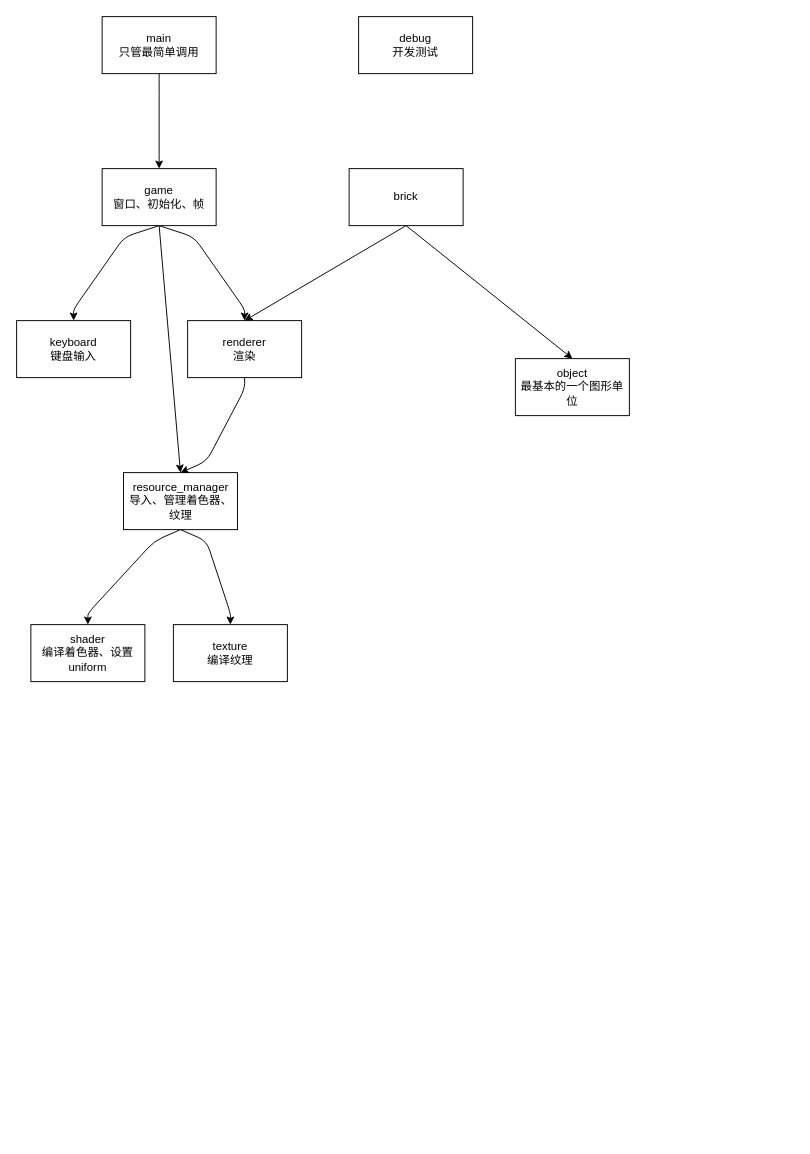
Above: architecture.drawio in HFBYM/breakout_redux (draw.io), before the change. Source tidied: cells renumbered, new cells numbered last; positions are measured from the earlier drawing's top-left corner, leaving out a move shared by most shapes. Both pictures are drawn from the tidied source at 95%, with x=0, y=0 at pixel (16, 16).
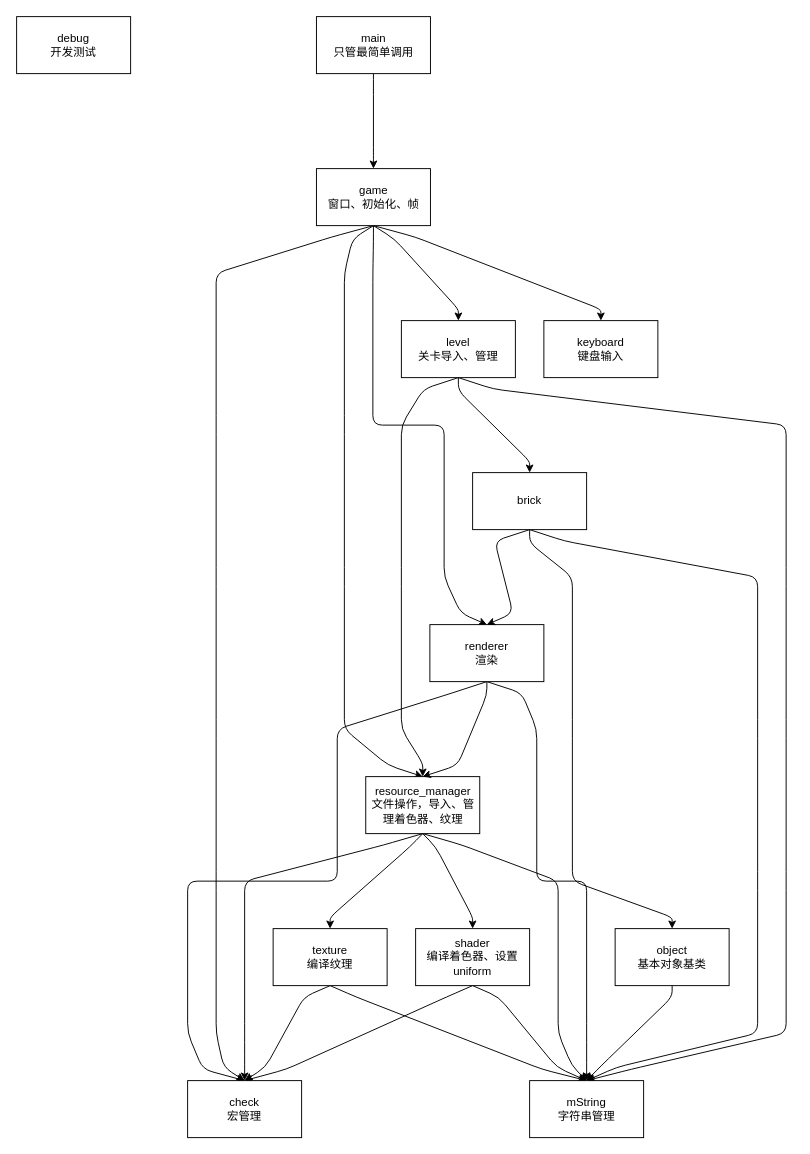
Above is the later version.

What changed in the source:
```diff
@@
     <mxCell id="2" style="edgeStyle=none;html=1;noEdgeStyle=1;orthogonal=1;" parent="1" edge="1" source="3" target="7">
       <mxGeometry relative="1" as="geometry">
         <Array as="points">
-          <mxPoint x="150" y="72" />
-          <mxPoint x="150" y="148" />
+          <mxPoint x="375.6" y="72" />
+          <mxPoint x="375.6" y="148" />
         </Array>
       </mxGeometry>
     </mxCell>
     <mxCell id="3" value="main&lt;br&gt;只管最简单调用" style="rounded=0;whiteSpace=wrap;html=1;" parent="1" vertex="1">
-      <mxGeometry x="90" width="120" height="60" as="geometry" />
+      <mxGeometry x="315.6" width="120" height="60" as="geometry" />
     </mxCell>
     <mxCell id="4" style="edgeStyle=none;html=1;exitX=0.5;exitY=1;exitDx=0;exitDy=0;entryX=0.5;entryY=0;entryDx=0;entryDy=0;noEdgeStyle=1;orthogonal=1;" parent="1" edge="1" source="7" target="9">
       <mxGeometry relative="1" as="geometry">
         <Array as="points">
-          <mxPoint x="113.3" y="232" />
-          <mxPoint x="60" y="308" />
+          <mxPoint x="419.6" y="232" />
+          <mxPoint x="615" y="308" />
         </Array>
       </mxGeometry>
     </mxCell>
     <mxCell id="5" style="edgeStyle=none;html=1;exitX=0.5;exitY=1;exitDx=0;exitDy=0;entryX=0.5;entryY=0;entryDx=0;entryDy=0;noEdgeStyle=1;orthogonal=1;" parent="1" edge="1" source="7" target="17">
       <mxGeometry relative="1" as="geometry">
         <Array as="points">
-          <mxPoint x="186.7" y="232" />
-          <mxPoint x="240" y="308" />
+          <mxPoint x="375.6" y="236" />
+          <mxPoint x="375" y="270" />
+          <mxPoint x="375" y="430" />
+          <mxPoint x="450" y="430" />
+          <mxPoint x="450" y="590" />
+          <mxPoint x="467.5" y="628" />
         </Array>
       </mxGeometry>
     </mxCell>
-    <mxCell id="6" style="edgeStyle=none;html=1;exitX=0.5;exitY=1;exitDx=0;exitDy=0;entryX=0.5;entryY=0;entryDx=0;entryDy=0;" parent="1" edge="1" source="7" target="12">
-      <mxGeometry relative="1" as="geometry" />
+    <mxCell id="6" style="edgeStyle=none;html=1;exitX=0.5;exitY=1;exitDx=0;exitDy=0;entryX=0.5;entryY=0;entryDx=0;entryDy=0;noEdgeStyle=1;orthogonal=1;" parent="1" edge="1" source="7" target="12">
+      <mxGeometry relative="1" as="geometry">
+        <Array as="points">
+          <mxPoint x="353.6" y="234" />
+          <mxPoint x="345" y="270" />
+          <mxPoint x="345" y="430" />
+          <mxPoint x="345" y="430" />
+          <mxPoint x="345" y="590" />
+          <mxPoint x="345" y="590" />
+          <mxPoint x="345" y="750" />
+          <mxPoint x="390.8" y="788" />
+        </Array>
+      </mxGeometry>
     </mxCell>
+    <mxCell id="21" style="edgeStyle=none;html=1;exitX=0.5;exitY=1;exitDx=0;exitDy=0;entryX=0.5;entryY=0;entryDx=0;entryDy=0;noEdgeStyle=1;orthogonal=1;" parent="1" edge="1" source="7" target="38">
+      <mxGeometry relative="1" as="geometry">
+        <Array as="points">
+          <mxPoint x="331.6" y="232" />
+          <mxPoint x="210" y="270" />
+          <mxPoint x="210" y="430" />
+          <mxPoint x="210" y="430" />
+          <mxPoint x="210" y="590" />
+          <mxPoint x="210" y="590" />
+          <mxPoint x="210" y="750" />
+          <mxPoint x="210" y="750" />
+          <mxPoint x="210" y="910" />
+          <mxPoint x="210" y="910" />
+          <mxPoint x="210" y="1070" />
+          <mxPoint x="218" y="1106" />
+        </Array>
+      </mxGeometry>
+    </mxCell>
+    <mxCell id="22" style="edgeStyle=none;html=1;exitX=0.5;exitY=1;exitDx=0;exitDy=0;entryX=0.5;entryY=0;entryDx=0;entryDy=0;noEdgeStyle=1;orthogonal=1;" parent="1" edge="1" source="7" target="36">
+      <mxGeometry relative="1" as="geometry">
+        <Array as="points">
+          <mxPoint x="397.6" y="234" />
+          <mxPoint x="465" y="308" />
+        </Array>
+      </mxGeometry>
+    </mxCell>
     <mxCell id="7" value="game&lt;br&gt;窗口、初始化、帧" style="rounded=0;whiteSpace=wrap;html=1;" parent="1" vertex="1">
-      <mxGeometry x="90" y="160" width="120" height="60" as="geometry" />
+      <mxGeometry x="315.6" y="160" width="120" height="60" as="geometry" />
     </mxCell>
     <mxCell id="8" value="debug&lt;br&gt;开发测试" style="rounded=0;whiteSpace=wrap;html=1;" parent="1" vertex="1">
-      <mxGeometry x="360" width="120" height="60" as="geometry" />
+      <mxGeometry width="120" height="60" as="geometry" />
     </mxCell>
     <mxCell id="9" value="keyboard&lt;br&gt;键盘输入" style="rounded=0;whiteSpace=wrap;html=1;" parent="1" vertex="1">
-      <mxGeometry y="320" width="120" height="60" as="geometry" />
+      <mxGeometry x="555" y="320" width="120" height="60" as="geometry" />
     </mxCell>
     <mxCell id="10" style="edgeStyle=none;html=1;exitX=0.5;exitY=1;exitDx=0;exitDy=0;entryX=0.5;entryY=0;entryDx=0;entryDy=0;noEdgeStyle=1;orthogonal=1;" parent="1" edge="1" source="12" target="13">
       <mxGeometry relative="1" as="geometry">
         <Array as="points">
-          <mxPoint x="145" y="552" />
-          <mxPoint x="75" y="628" />
+          <mxPoint x="441.2" y="874" />
+          <mxPoint x="480" y="948" />
         </Array>
       </mxGeometry>
     </mxCell>
     <mxCell id="11" style="edgeStyle=none;html=1;exitX=0.5;exitY=1;exitDx=0;exitDy=0;entryX=0.5;entryY=0;entryDx=0;entryDy=0;noEdgeStyle=1;orthogonal=1;" parent="1" edge="1" source="12" target="14">
       <mxGeometry relative="1" as="geometry">
         <Array as="points">
-          <mxPoint x="200" y="552" />
-          <mxPoint x="225" y="628" />
+          <mxPoint x="413.8" y="874" />
+          <mxPoint x="330" y="948" />
         </Array>
       </mxGeometry>
     </mxCell>
+    <mxCell id="23" style="edgeStyle=none;html=1;exitX=0.5;exitY=1;exitDx=0;exitDy=0;entryX=0.5;entryY=0;entryDx=0;entryDy=0;noEdgeStyle=1;orthogonal=1;" parent="1" edge="1" source="12" target="38">
+      <mxGeometry relative="1" as="geometry">
+        <Array as="points">
+          <mxPoint x="386.2" y="872" />
+          <mxPoint x="240" y="910" />
+          <mxPoint x="240" y="1070" />
+          <mxPoint x="240" y="1104" />
+        </Array>
+      </mxGeometry>
+    </mxCell>
+    <mxCell id="24" style="edgeStyle=none;html=1;exitX=0.5;exitY=1;exitDx=0;exitDy=0;entryX=0.5;entryY=0;entryDx=0;entryDy=0;noEdgeStyle=1;orthogonal=1;" parent="1" edge="1" source="12" target="37">
+      <mxGeometry relative="1" as="geometry">
+        <Array as="points">
+          <mxPoint x="468.8" y="872" />
+          <mxPoint x="570" y="910" />
+          <mxPoint x="570" y="1070" />
+          <mxPoint x="584.3" y="1104" />
+        </Array>
+      </mxGeometry>
+    </mxCell>
-    <mxCell id="12" value="resource_manager&lt;br&gt;导入、管理着色器、纹理" style="rounded=0;whiteSpace=wrap;html=1;" parent="1" vertex="1">
-      <mxGeometry x="112.5" y="480" width="120" height="60" as="geometry" />
+    <mxCell id="12" value="resource_manager&lt;br&gt;文件操作，导入、管理着色器、纹理" style="rounded=0;whiteSpace=wrap;html=1;" parent="1" vertex="1">
+      <mxGeometry x="367.5" y="800" width="120" height="60" as="geometry" />
     </mxCell>
+    <mxCell id="25" style="edgeStyle=none;html=1;exitX=0.5;exitY=1;exitDx=0;exitDy=0;entryX=0.5;entryY=0;entryDx=0;entryDy=0;noEdgeStyle=1;orthogonal=1;" parent="1" edge="1" source="13" target="38">
+      <mxGeometry relative="1" as="geometry">
+        <Array as="points">
+          <mxPoint x="452.5" y="1032" />
+          <mxPoint x="284" y="1108" />
+        </Array>
+      </mxGeometry>
+    </mxCell>
+    <mxCell id="26" style="edgeStyle=none;html=1;exitX=0.5;exitY=1;exitDx=0;exitDy=0;entryX=0.5;entryY=0;entryDx=0;entryDy=0;noEdgeStyle=1;orthogonal=1;" parent="1" edge="1" source="13" target="37">
+      <mxGeometry relative="1" as="geometry">
+        <Array as="points">
+          <mxPoint x="507.5" y="1032" />
+          <mxPoint x="568.6" y="1106" />
+        </Array>
+      </mxGeometry>
+    </mxCell>
     <mxCell id="13" value="shader&lt;br&gt;编译着色器、设置uniform" style="rounded=0;whiteSpace=wrap;html=1;" parent="1" vertex="1">
-      <mxGeometry x="15" y="640" width="120" height="60" as="geometry" />
+      <mxGeometry x="420" y="960" width="120" height="60" as="geometry" />
     </mxCell>
+    <mxCell id="27" style="edgeStyle=none;html=1;exitX=0.5;exitY=1;exitDx=0;exitDy=0;entryX=0.5;entryY=0;entryDx=0;entryDy=0;noEdgeStyle=1;orthogonal=1;" parent="1" edge="1" source="14" target="38">
+      <mxGeometry relative="1" as="geometry">
+        <Array as="points">
+          <mxPoint x="302.5" y="1032" />
+          <mxPoint x="262" y="1106" />
+        </Array>
+      </mxGeometry>
+    </mxCell>
+    <mxCell id="28" style="edgeStyle=none;html=1;exitX=0.5;exitY=1;exitDx=0;exitDy=0;entryX=0.5;entryY=0;entryDx=0;entryDy=0;noEdgeStyle=1;orthogonal=1;" parent="1" edge="1" source="14" target="37">
+      <mxGeometry relative="1" as="geometry">
+        <Array as="points">
+          <mxPoint x="357.5" y="1032" />
+          <mxPoint x="552.9" y="1108" />
+        </Array>
+      </mxGeometry>
+    </mxCell>
     <mxCell id="14" value="texture&lt;br&gt;编译纹理" style="rounded=0;whiteSpace=wrap;html=1;" parent="1" vertex="1">
-      <mxGeometry x="165" y="640" width="120" height="60" as="geometry" />
+      <mxGeometry x="270" y="960" width="120" height="60" as="geometry" />
     </mxCell>
+    <mxCell id="29" style="edgeStyle=none;html=1;exitX=0.5;exitY=1;exitDx=0;exitDy=0;entryX=0.5;entryY=0;entryDx=0;entryDy=0;noEdgeStyle=1;orthogonal=1;" parent="1" edge="1" source="15" target="37">
+      <mxGeometry relative="1" as="geometry">
+        <Array as="points">
+          <mxPoint x="690" y="1032" />
+          <mxPoint x="615.7" y="1104" />
+        </Array>
+      </mxGeometry>
+    </mxCell>
-    <mxCell id="15" value="object&lt;br&gt;最基本的一个图形单位" style="rounded=0;whiteSpace=wrap;html=1;" parent="1" vertex="1">
-      <mxGeometry x="525" y="360" width="120" height="60" as="geometry" />
+    <mxCell id="15" value="object&lt;br&gt;基本对象基类" style="rounded=0;whiteSpace=wrap;html=1;" parent="1" vertex="1">
+      <mxGeometry x="630" y="960" width="120" height="60" as="geometry" />
     </mxCell>
     <mxCell id="16" style="edgeStyle=none;html=1;exitX=0.5;exitY=1;exitDx=0;exitDy=0;entryX=0.5;entryY=0;entryDx=0;entryDy=0;noEdgeStyle=1;orthogonal=1;" parent="1" edge="1" source="17" target="12">
       <mxGeometry relative="1" as="geometry">
         <Array as="points">
-          <mxPoint x="240" y="392" />
-          <mxPoint x="200" y="468" />
+          <mxPoint x="495" y="714" />
+          <mxPoint x="464.2" y="788" />
         </Array>
       </mxGeometry>
     </mxCell>
+    <mxCell id="30" style="edgeStyle=none;html=1;exitX=0.5;exitY=1;exitDx=0;exitDy=0;entryX=0.5;entryY=0;entryDx=0;entryDy=0;noEdgeStyle=1;orthogonal=1;" parent="1" edge="1" source="17" target="37">
+      <mxGeometry relative="1" as="geometry">
+        <Array as="points">
+          <mxPoint x="531.7" y="712" />
+          <mxPoint x="547.5" y="750" />
+          <mxPoint x="547.5" y="910" />
+          <mxPoint x="600" y="910" />
+          <mxPoint x="600" y="1070" />
+          <mxPoint x="600" y="1102" />
+        </Array>
+      </mxGeometry>
+    </mxCell>
+    <mxCell id="31" style="edgeStyle=none;html=1;exitX=0.5;exitY=1;exitDx=0;exitDy=0;entryX=0.5;entryY=0;entryDx=0;entryDy=0;noEdgeStyle=1;orthogonal=1;" parent="1" edge="1" source="17" target="38">
+      <mxGeometry relative="1" as="geometry">
+        <Array as="points">
+          <mxPoint x="458.3" y="712" />
+          <mxPoint x="337.5" y="750" />
+          <mxPoint x="337.5" y="910" />
+          <mxPoint x="180" y="910" />
+          <mxPoint x="180" y="1070" />
+          <mxPoint x="196" y="1108" />
+        </Array>
+      </mxGeometry>
+    </mxCell>
     <mxCell id="17" value="renderer&lt;br&gt;渲染" style="rounded=0;whiteSpace=wrap;html=1;" parent="1" vertex="1">
-      <mxGeometry x="180" y="320" width="120" height="60" as="geometry" />
+      <mxGeometry x="435" y="640" width="120" height="60" as="geometry" />
     </mxCell>
-    <mxCell id="18" style="edgeStyle=none;html=1;exitX=0.5;exitY=1;exitDx=0;exitDy=0;entryX=0.5;entryY=0;entryDx=0;entryDy=0;" parent="1" edge="1" source="20" target="15">
-      <mxGeometry relative="1" as="geometry" />
+    <mxCell id="18" style="edgeStyle=none;html=1;exitX=0.5;exitY=1;exitDx=0;exitDy=0;entryX=0.5;entryY=0;entryDx=0;entryDy=0;noEdgeStyle=1;orthogonal=1;" parent="1" edge="1" source="20" target="15">
+      <mxGeometry relative="1" as="geometry">
+        <Array as="points">
+          <mxPoint x="540" y="554" />
+          <mxPoint x="585" y="590" />
+          <mxPoint x="585" y="750" />
+          <mxPoint x="585" y="750" />
+          <mxPoint x="585" y="910" />
+          <mxPoint x="690" y="948" />
+        </Array>
+      </mxGeometry>
     </mxCell>
-    <mxCell id="19" style="edgeStyle=none;html=1;exitX=0.5;exitY=1;exitDx=0;exitDy=0;entryX=0.5;entryY=0;entryDx=0;entryDy=0;" parent="1" edge="1" source="20" target="17">
-      <mxGeometry relative="1" as="geometry" />
+    <mxCell id="19" style="edgeStyle=none;html=1;exitX=0.5;exitY=1;exitDx=0;exitDy=0;entryX=0.5;entryY=0;entryDx=0;entryDy=0;noEdgeStyle=1;orthogonal=1;" parent="1" edge="1" source="20" target="17">
+      <mxGeometry relative="1" as="geometry">
+        <Array as="points">
+          <mxPoint x="503.3" y="552" />
+          <mxPoint x="522.5" y="628" />
+        </Array>
+      </mxGeometry>
     </mxCell>
+    <mxCell id="32" style="edgeStyle=none;html=1;exitX=0.5;exitY=1;exitDx=0;exitDy=0;entryX=0.5;entryY=0;entryDx=0;entryDy=0;noEdgeStyle=1;orthogonal=1;" parent="1" edge="1" source="20" target="37">
+      <mxGeometry relative="1" as="geometry">
+        <Array as="points">
+          <mxPoint x="576.7" y="552" />
+          <mxPoint x="780" y="590" />
+          <mxPoint x="780" y="750" />
+          <mxPoint x="780" y="750" />
+          <mxPoint x="780" y="910" />
+          <mxPoint x="780" y="910" />
+          <mxPoint x="780" y="1070" />
+          <mxPoint x="631.4" y="1106" />
+        </Array>
+      </mxGeometry>
+    </mxCell>
     <mxCell id="20" value="brick" style="rounded=0;whiteSpace=wrap;html=1;" parent="1" vertex="1">
-      <mxGeometry x="350" y="160" width="120" height="60" as="geometry" />
+      <mxGeometry x="480" y="480" width="120" height="60" as="geometry" />
     </mxCell>
+    <mxCell id="33" style="edgeStyle=none;html=1;exitX=0.5;exitY=1;exitDx=0;exitDy=0;entryX=0.5;entryY=0;entryDx=0;entryDy=0;noEdgeStyle=1;orthogonal=1;" parent="1" edge="1" source="36" target="20">
+      <mxGeometry relative="1" as="geometry">
+        <Array as="points">
+          <mxPoint x="465" y="394" />
+          <mxPoint x="540" y="468" />
+        </Array>
+      </mxGeometry>
+    </mxCell>
+    <mxCell id="34" style="edgeStyle=none;html=1;exitX=0.5;exitY=1;exitDx=0;exitDy=0;entryX=0.5;entryY=0;entryDx=0;entryDy=0;noEdgeStyle=1;orthogonal=1;" parent="1" edge="1" source="36" target="12">
+      <mxGeometry relative="1" as="geometry">
+        <Array as="points">
+          <mxPoint x="428.3" y="392" />
+          <mxPoint x="405" y="430" />
+          <mxPoint x="405" y="590" />
+          <mxPoint x="405" y="590" />
+          <mxPoint x="405" y="750" />
+          <mxPoint x="427.5" y="786" />
+        </Array>
+      </mxGeometry>
+    </mxCell>
+    <mxCell id="35" style="edgeStyle=none;html=1;exitX=0.5;exitY=1;exitDx=0;exitDy=0;entryX=0.5;entryY=0;entryDx=0;entryDy=0;noEdgeStyle=1;orthogonal=1;" parent="1" edge="1" source="36" target="37">
+      <mxGeometry relative="1" as="geometry">
+        <Array as="points">
+          <mxPoint x="501.7" y="392" />
+          <mxPoint x="810" y="430" />
+          <mxPoint x="810" y="590" />
+          <mxPoint x="810" y="590" />
+          <mxPoint x="810" y="750" />
+          <mxPoint x="810" y="750" />
+          <mxPoint x="810" y="910" />
+          <mxPoint x="810" y="910" />
+          <mxPoint x="810" y="1070" />
+          <mxPoint x="647.1" y="1108" />
+        </Array>
+      </mxGeometry>
+    </mxCell>
+    <mxCell id="36" value="level&lt;br&gt;关卡导入、管理" style="rounded=0;whiteSpace=wrap;html=1;" parent="1" vertex="1">
+      <mxGeometry x="405" y="320" width="120" height="60" as="geometry" />
+    </mxCell>
+    <mxCell id="37" value="mString&lt;br&gt;字符串管理" style="rounded=0;whiteSpace=wrap;html=1;" parent="1" vertex="1">
+      <mxGeometry x="540" y="1120" width="120" height="60" as="geometry" />
+    </mxCell>
+    <mxCell id="38" value="check&lt;br&gt;宏管理" style="rounded=0;whiteSpace=wrap;html=1;" parent="1" vertex="1">
+      <mxGeometry x="180" y="1120" width="120" height="60" as="geometry" />
+    </mxCell>
```
